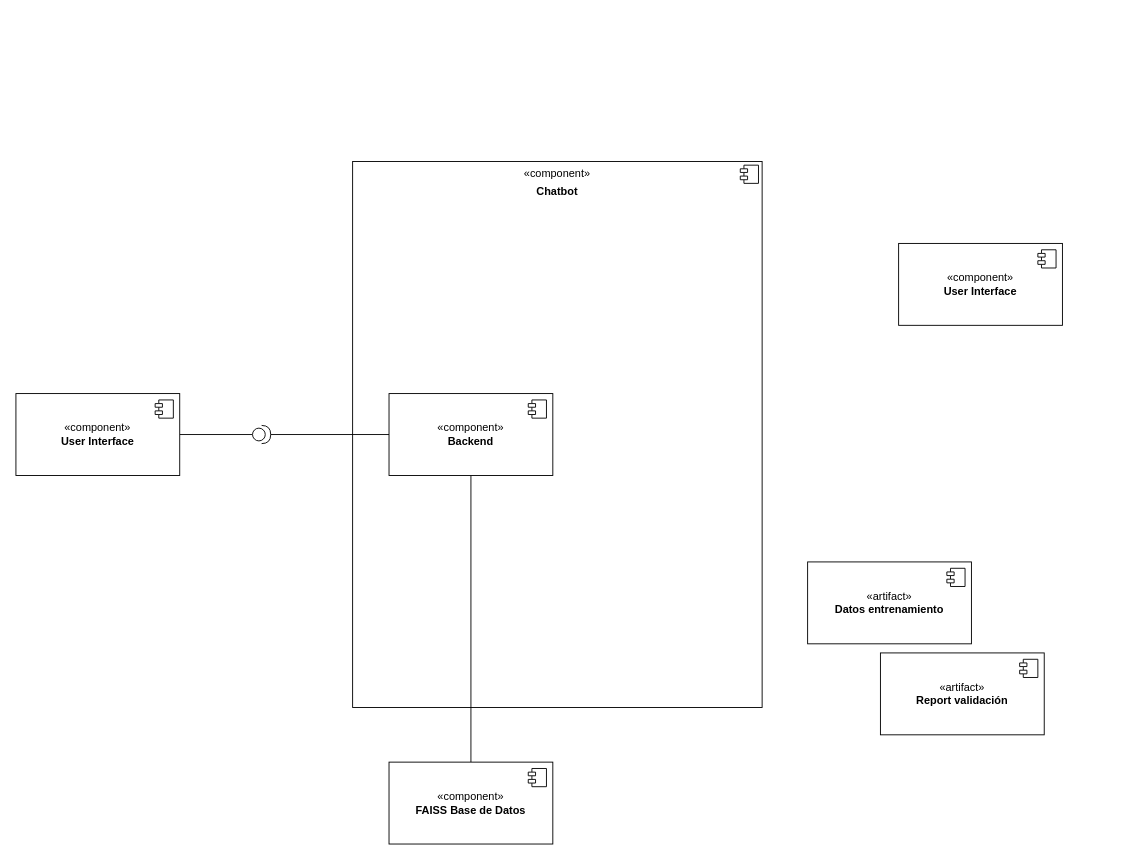
Earlier version of the draw.io diagram page "Page-6" (6 of 6) of project-docs/RAG_Architecture.drawio (jrg1013/chatbot). Source tidied: cells renumbered, new cells numbered last; positions are measured from the earlier drawing's top-left corner, leaving out a move shared by most shapes. Both pictures are drawn from the tidied source at 91%, with x=0, y=0 at pixel (15, 161).
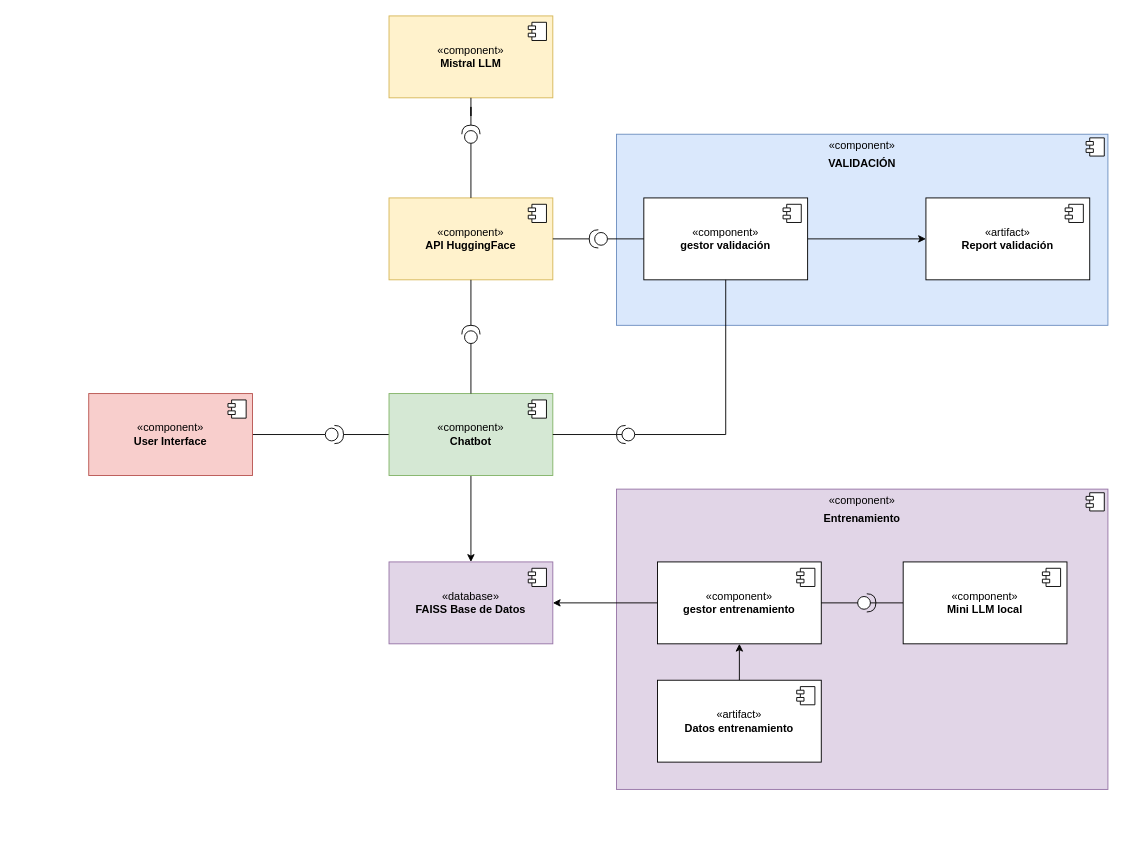
After the change.

The edit, as a diff of the source:
```diff
@@
+    <mxCell id="20" value="&lt;p style=&quot;margin:0px;margin-top:6px;text-align:center;&quot;&gt;«component»&lt;br style=&quot;border-color: var(--border-color);&quot;&gt;&lt;/p&gt;&lt;p style=&quot;margin:0px;margin-top:6px;text-align:center;&quot;&gt;&lt;b&gt;VALIDACIÓN&lt;/b&gt;&lt;/p&gt;" style="align=left;overflow=fill;html=1;whiteSpace=wrap;fillColor=#dae8fc;strokeColor=#6c8ebf;" parent="1" vertex="1">
+      <mxGeometry x="660" y="-30" width="540" height="210" as="geometry" />
+    </mxCell>
+    <mxCell id="21" style="shape=component;jettyWidth=8;jettyHeight=4;" parent="20" vertex="1">
+      <mxGeometry x="1" width="20" height="20" relative="1" as="geometry">
+        <mxPoint x="-24" y="4" as="offset" />
+      </mxGeometry>
+    </mxCell>
+    <mxCell id="22" value="&lt;p style=&quot;margin:0px;margin-top:6px;text-align:center;&quot;&gt;«component»&lt;br style=&quot;border-color: var(--border-color);&quot;&gt;&lt;/p&gt;&lt;p style=&quot;margin:0px;margin-top:6px;text-align:center;&quot;&gt;&lt;b&gt;Entrenamiento&lt;/b&gt;&lt;/p&gt;" style="align=left;overflow=fill;html=1;whiteSpace=wrap;fillColor=#e1d5e7;strokeColor=#9673a6;" parent="1" vertex="1">
+      <mxGeometry x="660" y="360" width="540" height="330" as="geometry" />
+    </mxCell>
+    <mxCell id="23" style="shape=component;jettyWidth=8;jettyHeight=4;" parent="22" vertex="1">
+      <mxGeometry x="1" width="20" height="20" relative="1" as="geometry">
+        <mxPoint x="-24" y="4" as="offset" />
+      </mxGeometry>
+    </mxCell>
@@
-    <mxCell id="3" value="&lt;p style=&quot;margin:0px;margin-top:6px;text-align:center;&quot;&gt;«component»&lt;br style=&quot;border-color: var(--border-color);&quot;&gt;&lt;/p&gt;&lt;p style=&quot;margin:0px;margin-top:6px;text-align:center;&quot;&gt;&lt;b&gt;Chatbot&lt;/b&gt;&lt;/p&gt;" style="align=left;overflow=fill;html=1;whiteSpace=wrap;" parent="1" vertex="1">
-      <mxGeometry x="370" width="450" height="600" as="geometry" />
-    </mxCell>
-    <mxCell id="4" style="shape=component;jettyWidth=8;jettyHeight=4;" parent="3" vertex="1">
-      <mxGeometry x="1" width="20" height="20" relative="1" as="geometry">
-        <mxPoint x="-24" y="4" as="offset" />
-      </mxGeometry>
-    </mxCell>
-    <mxCell id="5" value="«component»&lt;br&gt;&lt;b&gt;User Interface&lt;/b&gt;" style="html=1;whiteSpace=wrap;" parent="1" vertex="1">
-      <mxGeometry y="255" width="180" height="90" as="geometry" />
+    <mxCell id="5" value="«component»&lt;br&gt;&lt;b&gt;User Interface&lt;/b&gt;" style="html=1;whiteSpace=wrap;fillColor=#f8cecc;strokeColor=#b85450;" parent="1" vertex="1">
+      <mxGeometry x="80" y="255" width="180" height="90" as="geometry" />
     </mxCell>
@@
     <mxCell id="8" style="shape=providedRequiredInterface;html=1;verticalLabelPosition=bottom;sketch=0;" parent="1" vertex="1">
-      <mxGeometry x="260" y="290" width="20" height="20" as="geometry" />
+      <mxGeometry x="340" y="290" width="20" height="20" as="geometry" />
     </mxCell>
-    <mxCell id="9" style="edgeStyle=orthogonalEdgeStyle;rounded=0;jettySize=auto;html=1;entryX=0.5;entryY=0;entryDx=0;entryDy=0;endArrow=none;endFill=0;" parent="1" edge="1" source="10" target="18">
+    <mxCell id="9" style="edgeStyle=orthogonalEdgeStyle;rounded=0;jettySize=auto;html=1;entryX=0.5;entryY=0;entryDx=0;entryDy=0;endArrow=classic;endFill=1;" parent="1" edge="1" source="10" target="18">
       <mxGeometry relative="1" as="geometry" />
     </mxCell>
-    <mxCell id="10" value="«component»&lt;br&gt;&lt;b&gt;Backend&lt;/b&gt;" style="html=1;whiteSpace=wrap;" parent="1" vertex="1">
+    <mxCell id="10" value="«component»&lt;br&gt;&lt;b&gt;Chatbot&lt;/b&gt;" style="html=1;whiteSpace=wrap;fillColor=#d5e8d4;strokeColor=#82b366;" parent="1" vertex="1">
       <mxGeometry x="410" y="255" width="180" height="90" as="geometry" />
     </mxCell>
@@
+    <mxCell id="24" style="edgeStyle=orthogonalEdgeStyle;rounded=0;jettySize=auto;html=1;exitX=0;exitY=0.5;exitDx=0;exitDy=0;entryX=1;entryY=0.5;entryDx=0;entryDy=0;" parent="1" edge="1" source="12" target="18">
+      <mxGeometry relative="1" as="geometry" />
+    </mxCell>
-    <mxCell id="12" value="«component»&lt;br&gt;&lt;b&gt;User Interface&lt;/b&gt;" style="html=1;whiteSpace=wrap;" parent="1" vertex="1">
-      <mxGeometry x="970" y="90" width="180" height="90" as="geometry" />
+    <mxCell id="12" value="«component»&lt;br&gt;&lt;b&gt;gestor entrenamiento&lt;/b&gt;" style="html=1;whiteSpace=wrap;" parent="1" vertex="1">
+      <mxGeometry x="705" y="440" width="180" height="90" as="geometry" />
     </mxCell>
@@
+    <mxCell id="25" style="edgeStyle=orthogonalEdgeStyle;rounded=0;jettySize=auto;html=1;exitX=0.5;exitY=0;exitDx=0;exitDy=0;entryX=0.5;entryY=1;entryDx=0;entryDy=0;" parent="1" edge="1" source="14" target="12">
+      <mxGeometry relative="1" as="geometry" />
+    </mxCell>
     <mxCell id="14" value="«artifact»&lt;br&gt;&lt;b&gt;Datos entrenamiento&lt;/b&gt;" style="html=1;whiteSpace=wrap;" parent="1" vertex="1">
-      <mxGeometry x="870" y="440" width="180" height="90" as="geometry" />
+      <mxGeometry x="705" y="570" width="180" height="90" as="geometry" />
     </mxCell>
@@
     <mxCell id="16" value="«artifact»&lt;br&gt;&lt;b&gt;Report validación&lt;/b&gt;" style="html=1;whiteSpace=wrap;" parent="1" vertex="1">
-      <mxGeometry x="950" y="540" width="180" height="90" as="geometry" />
+      <mxGeometry x="1000" y="40" width="180" height="90" as="geometry" />
     </mxCell>
@@
-    <mxCell id="18" value="«component»&lt;br&gt;&lt;b&gt;FAISS Base de Datos&lt;/b&gt;" style="html=1;whiteSpace=wrap;" parent="1" vertex="1">
-      <mxGeometry x="410" y="660" width="180" height="90" as="geometry" />
+    <mxCell id="18" value="«database»&lt;br&gt;&lt;b&gt;FAISS Base de Datos&lt;/b&gt;" style="html=1;whiteSpace=wrap;fillColor=#e1d5e7;strokeColor=#9673a6;" parent="1" vertex="1">
+      <mxGeometry x="410" y="440" width="180" height="90" as="geometry" />
     </mxCell>
@@
+    <mxCell id="26" style="edgeStyle=orthogonalEdgeStyle;rounded=0;jettySize=auto;html=1;exitX=0;exitY=0.5;exitDx=0;exitDy=0;endArrow=none;endFill=0;" parent="1" edge="1" source="27" target="12">
+      <mxGeometry relative="1" as="geometry" />
+    </mxCell>
+    <mxCell id="27" value="«component»&lt;br&gt;&lt;b&gt;Mini LLM local&lt;/b&gt;" style="html=1;whiteSpace=wrap;" parent="1" vertex="1">
+      <mxGeometry x="975" y="440" width="180" height="90" as="geometry" />
+    </mxCell>
+    <mxCell id="28" style="shape=module;jettyWidth=8;jettyHeight=4;" parent="27" vertex="1">
+      <mxGeometry x="1" width="20" height="20" relative="1" as="geometry">
+        <mxPoint x="-27" y="7" as="offset" />
+      </mxGeometry>
+    </mxCell>
+    <mxCell id="29" style="shape=providedRequiredInterface;html=1;verticalLabelPosition=bottom;sketch=0;" parent="1" vertex="1">
+      <mxGeometry x="925" y="475" width="20" height="20" as="geometry" />
+    </mxCell>
+    <mxCell id="30" style="edgeStyle=orthogonalEdgeStyle;rounded=0;jettySize=auto;html=1;exitX=1;exitY=0.5;exitDx=0;exitDy=0;entryX=1;entryY=0.5;entryDx=0;entryDy=0;exitPerimeter=0;endArrow=none;endFill=0;" parent="1" edge="1" source="46" target="10">
+      <mxGeometry relative="1" as="geometry" />
+    </mxCell>
+    <mxCell id="31" style="edgeStyle=orthogonalEdgeStyle;rounded=0;jettySize=auto;html=1;exitX=1;exitY=0.5;exitDx=0;exitDy=0;" parent="1" edge="1" source="32" target="16">
+      <mxGeometry relative="1" as="geometry" />
+    </mxCell>
+    <mxCell id="32" value="«component»&lt;br&gt;&lt;b&gt;gestor validación&lt;/b&gt;" style="html=1;whiteSpace=wrap;" parent="1" vertex="1">
+      <mxGeometry x="690" y="40" width="180" height="90" as="geometry" />
+    </mxCell>
+    <mxCell id="33" style="shape=module;jettyWidth=8;jettyHeight=4;" parent="32" vertex="1">
+      <mxGeometry x="1" width="20" height="20" relative="1" as="geometry">
+        <mxPoint x="-27" y="7" as="offset" />
+      </mxGeometry>
+    </mxCell>
+    <mxCell id="34" style="edgeStyle=orthogonalEdgeStyle;rounded=0;jettySize=auto;html=1;exitX=0;exitY=0.5;exitDx=0;exitDy=0;entryX=0;entryY=0.5;entryDx=0;entryDy=0;endArrow=none;endFill=0;exitPerimeter=0;" parent="1" edge="1" source="47" target="32">
+      <mxGeometry relative="1" as="geometry" />
+    </mxCell>
+    <mxCell id="35" style="edgeStyle=orthogonalEdgeStyle;rounded=0;jettySize=auto;html=1;exitX=0;exitY=0.5;exitDx=0;exitDy=0;entryX=0.5;entryY=0;entryDx=0;entryDy=0;endArrow=none;endFill=0;exitPerimeter=0;" parent="1" edge="1" source="44" target="10">
+      <mxGeometry relative="1" as="geometry" />
+    </mxCell>
+    <mxCell id="36" value="«component»&lt;br&gt;&lt;b&gt;API HuggingFace&lt;/b&gt;" style="html=1;whiteSpace=wrap;fillColor=#fff2cc;strokeColor=#d6b656;" parent="1" vertex="1">
+      <mxGeometry x="410" y="40" width="180" height="90" as="geometry" />
+    </mxCell>
+    <mxCell id="37" style="shape=module;jettyWidth=8;jettyHeight=4;" parent="36" vertex="1">
+      <mxGeometry x="1" width="20" height="20" relative="1" as="geometry">
+        <mxPoint x="-27" y="7" as="offset" />
+      </mxGeometry>
+    </mxCell>
+    <mxCell id="38" style="edgeStyle=orthogonalEdgeStyle;rounded=0;jettySize=auto;html=1;exitX=0;exitY=0.5;exitDx=0;exitDy=0;endArrow=none;endFill=0;exitPerimeter=0;" parent="1" edge="1" source="42" target="36">
+      <mxGeometry relative="1" as="geometry" />
+    </mxCell>
+    <mxCell id="39" value="«component»&lt;br&gt;&lt;b&gt;Mistral LLM&lt;/b&gt;" style="html=1;whiteSpace=wrap;fillColor=#fff2cc;strokeColor=#d6b656;" parent="1" vertex="1">
+      <mxGeometry x="410" y="-160" width="180" height="90" as="geometry" />
+    </mxCell>
+    <mxCell id="40" style="shape=module;jettyWidth=8;jettyHeight=4;" parent="39" vertex="1">
+      <mxGeometry x="1" width="20" height="20" relative="1" as="geometry">
+        <mxPoint x="-27" y="7" as="offset" />
+      </mxGeometry>
+    </mxCell>
+    <mxCell id="41" style="edgeStyle=orthogonalEdgeStyle;rounded=0;jettySize=auto;html=1;exitX=0.5;exitY=1;exitDx=0;exitDy=0;endArrow=none;endFill=0;" parent="1" edge="1" source="39" target="42">
+      <mxGeometry relative="1" as="geometry" />
+    </mxCell>
+    <mxCell id="42" style="shape=providedRequiredInterface;html=1;verticalLabelPosition=bottom;sketch=0;rotation=-90;" parent="1" vertex="1">
+      <mxGeometry x="490" y="-40" width="20" height="20" as="geometry" />
+    </mxCell>
+    <mxCell id="43" style="edgeStyle=orthogonalEdgeStyle;rounded=0;jettySize=auto;html=1;exitX=0.5;exitY=1;exitDx=0;exitDy=0;entryX=1;entryY=0.5;entryDx=0;entryDy=0;endArrow=none;endFill=0;entryPerimeter=0;" parent="1" edge="1" source="36" target="44">
+      <mxGeometry relative="1" as="geometry" />
+    </mxCell>
+    <mxCell id="44" style="shape=providedRequiredInterface;html=1;verticalLabelPosition=bottom;sketch=0;rotation=-90;" parent="1" vertex="1">
+      <mxGeometry x="490" y="180" width="20" height="20" as="geometry" />
+    </mxCell>
+    <mxCell id="45" style="edgeStyle=orthogonalEdgeStyle;rounded=0;jettySize=auto;html=1;exitX=0.5;exitY=1;exitDx=0;exitDy=0;entryX=1;entryY=0.5;entryDx=0;entryDy=0;endArrow=none;endFill=0;" parent="1" edge="1" source="32" target="46">
+      <mxGeometry relative="1" as="geometry">
+        <Array as="points">
+          <mxPoint x="780" y="300" />
+        </Array>
+      </mxGeometry>
+    </mxCell>
+    <mxCell id="46" style="shape=providedRequiredInterface;html=1;verticalLabelPosition=bottom;sketch=0;rotation=-180;" parent="1" vertex="1">
+      <mxGeometry x="660" y="290" width="20" height="20" as="geometry" />
+    </mxCell>
+    <mxCell id="47" style="shape=providedRequiredInterface;html=1;verticalLabelPosition=bottom;sketch=0;rotation=-180;" parent="1" vertex="1">
+      <mxGeometry x="630" y="75" width="20" height="20" as="geometry" />
+    </mxCell>
+    <mxCell id="48" style="edgeStyle=orthogonalEdgeStyle;rounded=0;jettySize=auto;html=1;exitX=1;exitY=0.5;exitDx=0;exitDy=0;entryX=1;entryY=0.5;entryDx=0;entryDy=0;entryPerimeter=0;endArrow=none;endFill=0;" parent="1" edge="1" source="36" target="47">
+      <mxGeometry relative="1" as="geometry" />
+    </mxCell>
```
